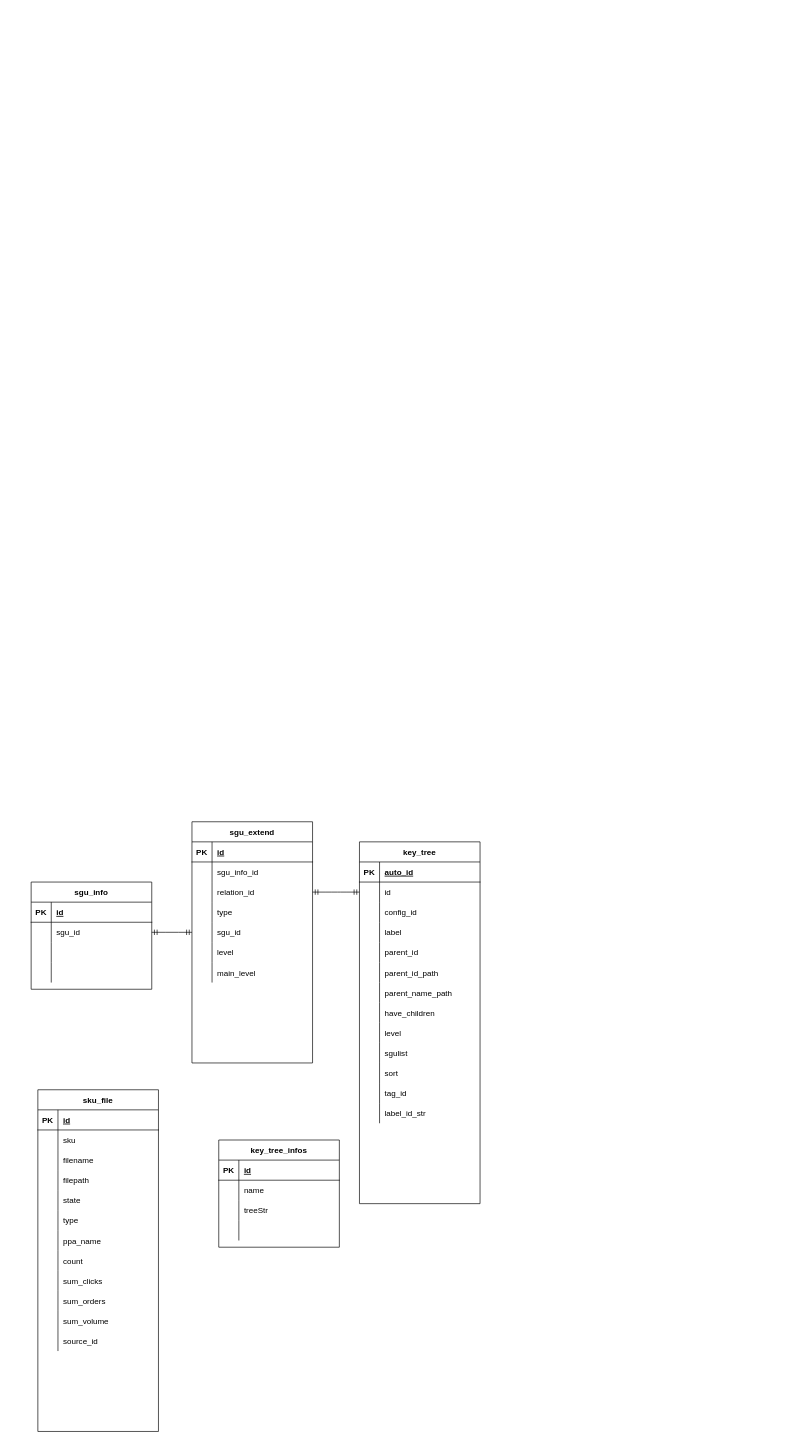
Earlier version of the draw.io diagram db.drawio (lalifeier/diagrams). Source tidied: cells renumbered, new cells numbered last; positions are measured from the earlier drawing's top-left corner, leaving out a move shared by most shapes. Both pictures are drawn from the tidied source at 67%, with x=0, y=0 at pixel (31, 821).
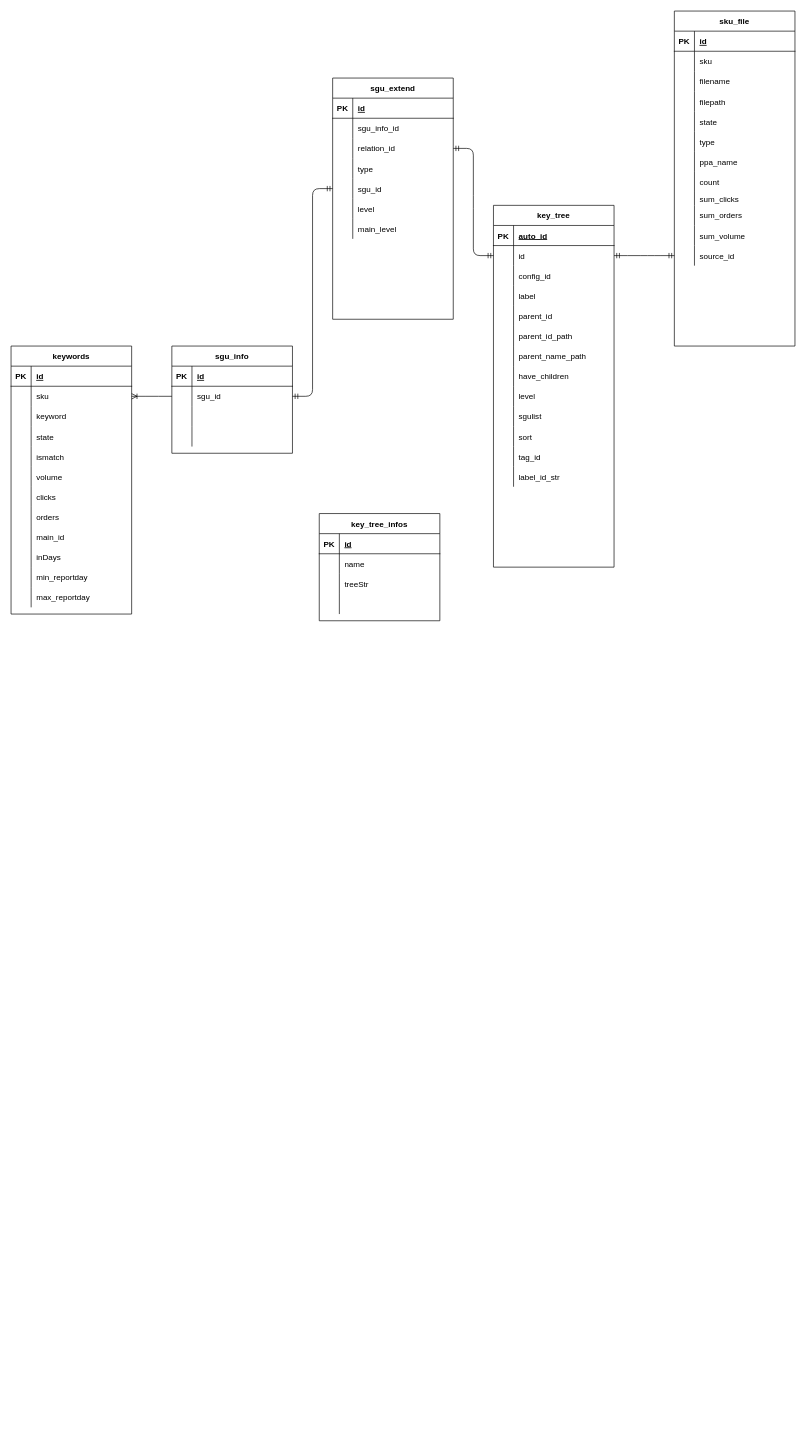
The same diagram, later.

The change refers to these unchanged cells:
```xml
<mxCell id="7" style="shape=partialRectangle;fillColor=none;top=0;left=0;bottom=0;right=0;points=[[0,0.5],[1,0.5]];portConstraint=eastwest;" parent="3" vertex="1">
  <mxGeometry y="60" width="180" height="30" as="geometry" />
</mxCell>
<mxCell id="23" style="shape=partialRectangle;fillColor=none;top=0;left=0;bottom=0;right=0;points=[[0,0.5],[1,0.5]];portConstraint=eastwest;" parent="16" vertex="1">
  <mxGeometry y="90" width="180" height="30" as="geometry" />
</mxCell>
<mxCell id="42" style="shape=partialRectangle;fillColor=none;top=0;left=0;bottom=0;right=0;points=[[0,0.5],[1,0.5]];portConstraint=eastwest;" parent="38" vertex="1">
  <mxGeometry y="60" width="180" height="30" as="geometry" />
</mxCell>
```

Change to the diagram source:
```diff
@@
+    <mxCell id="128" style="edgeStyle=entityRelationEdgeStyle;fontSize=12;html=1;endArrow=ERmandOne;startArrow=ERmandOne;exitX=1;exitY=0.5;exitDx=0;exitDy=0;entryX=0;entryY=0.5;entryDx=0;entryDy=0;" parent="1" edge="1" source="23" target="42">
+      <mxGeometry relative="1" as="geometry" />
+    </mxCell>
+    <mxCell id="129" style="edgeStyle=entityRelationEdgeStyle;fontSize=12;html=1;endArrow=ERmandOne;startArrow=ERmandOne;entryX=0;entryY=0.5;entryDx=0;entryDy=0;exitX=1;exitY=0.5;exitDx=0;exitDy=0;" parent="1" edge="1" source="42" target="125">
+      <mxGeometry relative="1" as="geometry" />
+    </mxCell>
+    <mxCell id="130" style="edgeStyle=entityRelationEdgeStyle;fontSize=12;html=1;endArrow=ERoneToMany;exitX=0;exitY=0.5;exitDx=0;exitDy=0;entryX=1;entryY=0.5;entryDx=0;entryDy=0;" parent="1" edge="1" source="7" target="135">
+      <mxGeometry relative="1" as="geometry" />
+    </mxCell>
+    <mxCell id="131" value="keywords" style="shape=table;startSize=30;childLayout=tableLayout;rowLines=0;fontStyle=1;align=center;" parent="1" vertex="1">
+      <mxGeometry x="-30" y="-710" width="180" height="400" as="geometry" />
+    </mxCell>
+    <mxCell id="132" style="shape=partialRectangle;fillColor=none;top=0;left=0;bottom=1;right=0;" parent="131" vertex="1">
+      <mxGeometry y="30" width="180" height="30" as="geometry" />
+    </mxCell>
+    <mxCell id="133" value="PK" style="shape=partialRectangle;fillColor=none;top=0;left=0;bottom=0;right=0;fontStyle=1;overflow=hidden;" parent="132" vertex="1">
+      <mxGeometry width="30" height="30" as="geometry" />
+    </mxCell>
+    <mxCell id="134" value="id" style="shape=partialRectangle;fillColor=none;top=0;left=0;bottom=0;right=0;align=left;spacingLeft=6;fontStyle=5;overflow=hidden;" parent="132" vertex="1">
+      <mxGeometry x="30" width="150" height="30" as="geometry" />
+    </mxCell>
+    <mxCell id="135" style="shape=partialRectangle;fillColor=none;top=0;left=0;bottom=0;right=0;points=[[0,0.5],[1,0.5]];portConstraint=eastwest;" parent="131" vertex="1">
+      <mxGeometry y="60" width="180" height="30" as="geometry" />
+    </mxCell>
+    <mxCell id="136" style="shape=partialRectangle;fillColor=none;top=0;left=0;bottom=0;right=0;overflow=hidden;" parent="135" vertex="1">
+      <mxGeometry width="30" height="30" as="geometry" />
+    </mxCell>
+    <mxCell id="137" value="sku" style="shape=partialRectangle;fillColor=none;top=0;left=0;bottom=0;right=0;align=left;spacingLeft=6;overflow=hidden;" parent="135" vertex="1">
+      <mxGeometry x="30" width="150" height="30" as="geometry" />
+    </mxCell>
+    <mxCell id="138" style="shape=partialRectangle;fillColor=none;top=0;left=0;bottom=0;right=0;" parent="131" vertex="1">
+      <mxGeometry y="90" width="180" height="30" as="geometry" />
+    </mxCell>
+    <mxCell id="139" style="shape=partialRectangle;fillColor=none;top=0;left=0;bottom=0;right=0;overflow=hidden;" parent="138" vertex="1">
+      <mxGeometry width="30" height="30" as="geometry" />
+    </mxCell>
+    <mxCell id="140" value="keyword" style="shape=partialRectangle;fillColor=none;top=0;left=0;bottom=0;right=0;align=left;spacingLeft=6;overflow=hidden;" parent="138" vertex="1">
+      <mxGeometry x="30" width="150" height="30" as="geometry" />
+    </mxCell>
+    <mxCell id="141" style="shape=partialRectangle;fillColor=none;top=0;left=0;bottom=0;right=0;" parent="131" vertex="1">
+      <mxGeometry y="120" width="180" height="30" as="geometry" />
+    </mxCell>
+    <mxCell id="142" style="shape=partialRectangle;fillColor=none;top=0;left=0;bottom=0;right=0;overflow=hidden;" parent="141" vertex="1">
+      <mxGeometry width="30" height="30" as="geometry" />
+    </mxCell>
+    <mxCell id="143" value="state" style="shape=partialRectangle;fillColor=none;top=0;left=0;bottom=0;right=0;align=left;spacingLeft=6;overflow=hidden;" parent="141" vertex="1">
+      <mxGeometry x="30" width="150" height="30" as="geometry" />
+    </mxCell>
+    <mxCell id="144" style="shape=partialRectangle;fillColor=none;top=0;left=0;bottom=0;right=0;" parent="131" vertex="1">
+      <mxGeometry y="150" width="180" height="30" as="geometry" />
+    </mxCell>
+    <mxCell id="145" style="shape=partialRectangle;fillColor=none;top=0;left=0;bottom=0;right=0;overflow=hidden;" parent="144" vertex="1">
+      <mxGeometry width="30" height="30" as="geometry" />
+    </mxCell>
+    <mxCell id="146" value="ismatch" style="shape=partialRectangle;fillColor=none;top=0;left=0;bottom=0;right=0;align=left;spacingLeft=6;overflow=hidden;" parent="144" vertex="1">
+      <mxGeometry x="30" width="150" height="30" as="geometry" />
+    </mxCell>
+    <mxCell id="147" style="shape=partialRectangle;fillColor=none;top=0;left=0;bottom=0;right=0;" parent="131" vertex="1">
+      <mxGeometry y="180" width="180" height="30" as="geometry" />
+    </mxCell>
+    <mxCell id="148" style="shape=partialRectangle;fillColor=none;top=0;left=0;bottom=0;right=0;overflow=hidden;" parent="147" vertex="1">
+      <mxGeometry width="30" height="30" as="geometry" />
+    </mxCell>
+    <mxCell id="149" value="volume" style="shape=partialRectangle;fillColor=none;top=0;left=0;bottom=0;right=0;align=left;spacingLeft=6;overflow=hidden;" parent="147" vertex="1">
+      <mxGeometry x="30" width="150" height="30" as="geometry" />
+    </mxCell>
+    <mxCell id="150" style="shape=partialRectangle;fillColor=none;top=0;left=0;bottom=0;right=0;" parent="131" vertex="1">
+      <mxGeometry y="210" width="180" height="30" as="geometry" />
+    </mxCell>
+    <mxCell id="151" style="shape=partialRectangle;fillColor=none;top=0;left=0;bottom=0;right=0;overflow=hidden;" parent="150" vertex="1">
+      <mxGeometry width="30" height="30" as="geometry" />
+    </mxCell>
+    <mxCell id="152" value="clicks" style="shape=partialRectangle;fillColor=none;top=0;left=0;bottom=0;right=0;align=left;spacingLeft=6;overflow=hidden;" parent="150" vertex="1">
+      <mxGeometry x="30" width="150" height="30" as="geometry" />
+    </mxCell>
+    <mxCell id="153" style="shape=partialRectangle;fillColor=none;top=0;left=0;bottom=0;right=0;" parent="131" vertex="1">
+      <mxGeometry y="240" width="180" height="30" as="geometry" />
+    </mxCell>
+    <mxCell id="154" style="shape=partialRectangle;fillColor=none;top=0;left=0;bottom=0;right=0;overflow=hidden;" parent="153" vertex="1">
+      <mxGeometry width="30" height="30" as="geometry" />
+    </mxCell>
+    <mxCell id="155" value="orders" style="shape=partialRectangle;fillColor=none;top=0;left=0;bottom=0;right=0;align=left;spacingLeft=6;overflow=hidden;" parent="153" vertex="1">
+      <mxGeometry x="30" width="150" height="30" as="geometry" />
+    </mxCell>
+    <mxCell id="156" style="shape=partialRectangle;fillColor=none;top=0;left=0;bottom=0;right=0;" parent="131" vertex="1">
+      <mxGeometry y="270" width="180" height="30" as="geometry" />
+    </mxCell>
+    <mxCell id="157" style="shape=partialRectangle;fillColor=none;top=0;left=0;bottom=0;right=0;overflow=hidden;" parent="156" vertex="1">
+      <mxGeometry width="30" height="30" as="geometry" />
+    </mxCell>
+    <mxCell id="158" value="main_id" style="shape=partialRectangle;fillColor=none;top=0;left=0;bottom=0;right=0;align=left;spacingLeft=6;overflow=hidden;" parent="156" vertex="1">
+      <mxGeometry x="30" width="150" height="30" as="geometry" />
+    </mxCell>
+    <mxCell id="159" style="shape=partialRectangle;fillColor=none;top=0;left=0;bottom=0;right=0;" parent="131" vertex="1">
+      <mxGeometry y="300" width="180" height="30" as="geometry" />
+    </mxCell>
+    <mxCell id="160" style="shape=partialRectangle;fillColor=none;top=0;left=0;bottom=0;right=0;overflow=hidden;" parent="159" vertex="1">
+      <mxGeometry width="30" height="30" as="geometry" />
+    </mxCell>
+    <mxCell id="161" value="inDays" style="shape=partialRectangle;fillColor=none;top=0;left=0;bottom=0;right=0;align=left;spacingLeft=6;overflow=hidden;" parent="159" vertex="1">
+      <mxGeometry x="30" width="150" height="30" as="geometry" />
+    </mxCell>
+    <mxCell id="162" style="shape=partialRectangle;fillColor=none;top=0;left=0;bottom=0;right=0;" parent="131" vertex="1">
+      <mxGeometry y="330" width="180" height="30" as="geometry" />
+    </mxCell>
+    <mxCell id="163" style="shape=partialRectangle;fillColor=none;top=0;left=0;bottom=0;right=0;overflow=hidden;" parent="162" vertex="1">
+      <mxGeometry width="30" height="30" as="geometry" />
+    </mxCell>
+    <mxCell id="164" value="min_reportday" style="shape=partialRectangle;fillColor=none;top=0;left=0;bottom=0;right=0;align=left;spacingLeft=6;overflow=hidden;" parent="162" vertex="1">
+      <mxGeometry x="30" width="150" height="30" as="geometry" />
+    </mxCell>
+    <mxCell id="165" style="shape=partialRectangle;fillColor=none;top=0;left=0;bottom=0;right=0;" parent="131" vertex="1">
+      <mxGeometry y="360" width="180" height="30" as="geometry" />
+    </mxCell>
+    <mxCell id="166" style="shape=partialRectangle;fillColor=none;top=0;left=0;bottom=0;right=0;overflow=hidden;" parent="165" vertex="1">
+      <mxGeometry width="30" height="30" as="geometry" />
+    </mxCell>
+    <mxCell id="167" value="max_reportday" style="shape=partialRectangle;fillColor=none;top=0;left=0;bottom=0;right=0;align=left;spacingLeft=6;overflow=hidden;" parent="165" vertex="1">
+      <mxGeometry x="30" width="150" height="30" as="geometry" />
+    </mxCell>
+    <mxCell id="78" value="key_tree_infos" style="shape=table;startSize=30;childLayout=tableLayout;rowLines=0;fontStyle=1;align=center;fillColor=none;" parent="1" vertex="1">
+      <mxGeometry x="430" y="-460" width="180" height="160" as="geometry" />
+    </mxCell>
+    <mxCell id="79" style="shape=partialRectangle;fillColor=none;top=0;left=0;bottom=1;right=0;" parent="78" vertex="1">
+      <mxGeometry y="30" width="180" height="30" as="geometry" />
+    </mxCell>
+    <mxCell id="80" value="PK" style="shape=partialRectangle;fillColor=none;top=0;left=0;bottom=0;right=0;fontStyle=1;overflow=hidden;" parent="79" vertex="1">
+      <mxGeometry width="30" height="30" as="geometry" />
+    </mxCell>
+    <mxCell id="81" value="id" style="shape=partialRectangle;fillColor=none;top=0;left=0;bottom=0;right=0;align=left;spacingLeft=6;fontStyle=5;overflow=hidden;" parent="79" vertex="1">
+      <mxGeometry x="30" width="150" height="30" as="geometry" />
+    </mxCell>
+    <mxCell id="82" style="shape=partialRectangle;fillColor=none;top=0;left=0;bottom=0;right=0;" parent="78" vertex="1">
+      <mxGeometry y="60" width="180" height="30" as="geometry" />
+    </mxCell>
+    <mxCell id="83" style="shape=partialRectangle;fillColor=none;top=0;left=0;bottom=0;right=0;overflow=hidden;" parent="82" vertex="1">
+      <mxGeometry width="30" height="30" as="geometry" />
+    </mxCell>
+    <mxCell id="84" value="name" style="shape=partialRectangle;fillColor=none;top=0;left=0;bottom=0;right=0;align=left;spacingLeft=6;overflow=hidden;" parent="82" vertex="1">
+      <mxGeometry x="30" width="150" height="30" as="geometry" />
+    </mxCell>
+    <mxCell id="85" style="shape=partialRectangle;fillColor=none;top=0;left=0;bottom=0;right=0;" parent="78" vertex="1">
+      <mxGeometry y="90" width="180" height="30" as="geometry" />
+    </mxCell>
+    <mxCell id="86" style="shape=partialRectangle;fillColor=none;top=0;left=0;bottom=0;right=0;overflow=hidden;" parent="85" vertex="1">
+      <mxGeometry width="30" height="30" as="geometry" />
+    </mxCell>
+    <mxCell id="87" value="treeStr" style="shape=partialRectangle;fillColor=none;top=0;left=0;bottom=0;right=0;align=left;spacingLeft=6;overflow=hidden;" parent="85" vertex="1">
+      <mxGeometry x="30" width="150" height="30" as="geometry" />
+    </mxCell>
+    <mxCell id="88" style="shape=partialRectangle;fillColor=none;top=0;left=0;bottom=0;right=0;" parent="78" vertex="1">
+      <mxGeometry y="120" width="180" height="30" as="geometry" />
+    </mxCell>
+    <mxCell id="89" style="shape=partialRectangle;fillColor=none;top=0;left=0;bottom=0;right=0;overflow=hidden;" parent="88" vertex="1">
+      <mxGeometry width="30" height="30" as="geometry" />
+    </mxCell>
+    <mxCell id="90" style="shape=partialRectangle;fillColor=none;top=0;left=0;bottom=0;right=0;align=left;spacingLeft=6;overflow=hidden;" parent="88" vertex="1">
+      <mxGeometry x="30" width="150" height="30" as="geometry" />
+    </mxCell>
     <mxCell id="3" value="sgu_info" style="shape=table;startSize=30;childLayout=tableLayout;rowLines=0;fontStyle=1;align=center;" parent="1" vertex="1">
-      <mxGeometry y="90" width="180" height="160" as="geometry" />
+      <mxGeometry x="210" y="-710" width="180" height="160" as="geometry" />
     </mxCell>
@@
     <mxCell id="16" value="sgu_extend" style="shape=table;startSize=30;childLayout=tableLayout;rowLines=0;fontStyle=1;align=center;fillColor=none;" parent="1" vertex="1">
-      <mxGeometry x="240" width="180" height="360" as="geometry" />
+      <mxGeometry x="450" y="-1110" width="180" height="360" as="geometry" />
     </mxCell>
@@
     <mxCell id="38" value="key_tree" style="shape=table;startSize=30;childLayout=tableLayout;rowLines=0;fontStyle=1;align=center;fillColor=none;" parent="1" vertex="1">
-      <mxGeometry x="490" y="30" width="180" height="540" as="geometry" />
+      <mxGeometry x="690" y="-920" width="180" height="540" as="geometry" />
     </mxCell>
@@
-    <mxCell id="78" value="key_tree_infos" style="shape=table;startSize=30;childLayout=tableLayout;rowLines=0;fontStyle=1;align=center;fillColor=none;" parent="1" vertex="1">
-      <mxGeometry x="280" y="475" width="180" height="160" as="geometry" />
-    </mxCell>
-    <mxCell id="79" style="shape=partialRectangle;fillColor=none;top=0;left=0;bottom=1;right=0;" parent="78" vertex="1">
-      <mxGeometry y="30" width="180" height="30" as="geometry" />
-    </mxCell>
-    <mxCell id="80" value="PK" style="shape=partialRectangle;fillColor=none;top=0;left=0;bottom=0;right=0;fontStyle=1;overflow=hidden;" parent="79" vertex="1">
-      <mxGeometry width="30" height="30" as="geometry" />
-    </mxCell>
-    <mxCell id="81" value="id" style="shape=partialRectangle;fillColor=none;top=0;left=0;bottom=0;right=0;align=left;spacingLeft=6;fontStyle=5;overflow=hidden;" parent="79" vertex="1">
-      <mxGeometry x="30" width="150" height="30" as="geometry" />
-    </mxCell>
-    <mxCell id="82" style="shape=partialRectangle;fillColor=none;top=0;left=0;bottom=0;right=0;" parent="78" vertex="1">
-      <mxGeometry y="60" width="180" height="30" as="geometry" />
-    </mxCell>
-    <mxCell id="83" style="shape=partialRectangle;fillColor=none;top=0;left=0;bottom=0;right=0;overflow=hidden;" parent="82" vertex="1">
-      <mxGeometry width="30" height="30" as="geometry" />
-    </mxCell>
-    <mxCell id="84" value="name" style="shape=partialRectangle;fillColor=none;top=0;left=0;bottom=0;right=0;align=left;spacingLeft=6;overflow=hidden;" parent="82" vertex="1">
-      <mxGeometry x="30" width="150" height="30" as="geometry" />
-    </mxCell>
-    <mxCell id="85" style="shape=partialRectangle;fillColor=none;top=0;left=0;bottom=0;right=0;" parent="78" vertex="1">
-      <mxGeometry y="90" width="180" height="30" as="geometry" />
-    </mxCell>
-    <mxCell id="86" style="shape=partialRectangle;fillColor=none;top=0;left=0;bottom=0;right=0;overflow=hidden;" parent="85" vertex="1">
-      <mxGeometry width="30" height="30" as="geometry" />
-    </mxCell>
-    <mxCell id="87" value="treeStr" style="shape=partialRectangle;fillColor=none;top=0;left=0;bottom=0;right=0;align=left;spacingLeft=6;overflow=hidden;" parent="85" vertex="1">
-      <mxGeometry x="30" width="150" height="30" as="geometry" />
-    </mxCell>
-    <mxCell id="88" style="shape=partialRectangle;fillColor=none;top=0;left=0;bottom=0;right=0;" parent="78" vertex="1">
-      <mxGeometry y="120" width="180" height="30" as="geometry" />
-    </mxCell>
-    <mxCell id="89" style="shape=partialRectangle;fillColor=none;top=0;left=0;bottom=0;right=0;overflow=hidden;" parent="88" vertex="1">
-      <mxGeometry width="30" height="30" as="geometry" />
-    </mxCell>
-    <mxCell id="90" style="shape=partialRectangle;fillColor=none;top=0;left=0;bottom=0;right=0;align=left;spacingLeft=6;overflow=hidden;" parent="88" vertex="1">
-      <mxGeometry x="30" width="150" height="30" as="geometry" />
-    </mxCell>
     <mxCell id="91" value="sku_file" style="shape=table;startSize=30;childLayout=tableLayout;rowLines=0;fontStyle=1;align=center;fillColor=none;" parent="1" vertex="1">
-      <mxGeometry x="10" y="400" width="180" height="510" as="geometry" />
+      <mxGeometry x="960" y="-1210" width="180" height="500" as="geometry" />
     </mxCell>
@@
     <mxCell id="116" style="shape=partialRectangle;fillColor=none;top=0;left=0;bottom=0;right=0;" parent="91" vertex="1">
-      <mxGeometry y="270" width="180" height="30" as="geometry" />
+      <mxGeometry y="270" width="180" height="20" as="geometry" />
     </mxCell>
     <mxCell id="117" style="shape=partialRectangle;fillColor=none;top=0;left=0;bottom=0;right=0;overflow=hidden;" parent="116" vertex="1">
-      <mxGeometry width="30" height="30" as="geometry" />
+      <mxGeometry width="30" height="20" as="geometry" />
     </mxCell>
     <mxCell id="118" value="sum_clicks" style="shape=partialRectangle;fillColor=none;top=0;left=0;bottom=0;right=0;align=left;spacingLeft=6;overflow=hidden;" parent="116" vertex="1">
-      <mxGeometry x="30" width="150" height="30" as="geometry" />
+      <mxGeometry x="30" width="150" height="20" as="geometry" />
     </mxCell>
     <mxCell id="119" style="shape=partialRectangle;fillColor=none;top=0;left=0;bottom=0;right=0;" parent="91" vertex="1">
-      <mxGeometry y="300" width="180" height="30" as="geometry" />
+      <mxGeometry y="290" width="180" height="30" as="geometry" />
     </mxCell>
@@
     <mxCell id="122" style="shape=partialRectangle;fillColor=none;top=0;left=0;bottom=0;right=0;" parent="91" vertex="1">
-      <mxGeometry y="330" width="180" height="30" as="geometry" />
+      <mxGeometry y="320" width="180" height="30" as="geometry" />
     </mxCell>
@@
     <mxCell id="125" style="shape=partialRectangle;fillColor=none;top=0;left=0;bottom=0;right=0;points=[[0,0.5],[1,0.5]];portConstraint=eastwest;" parent="91" vertex="1">
-      <mxGeometry y="360" width="180" height="30" as="geometry" />
+      <mxGeometry y="350" width="180" height="30" as="geometry" />
     </mxCell>
@@
-    <mxCell id="128" style="edgeStyle=entityRelationEdgeStyle;fontSize=12;html=1;endArrow=ERmandOne;startArrow=ERmandOne;exitX=1;exitY=0.5;exitDx=0;exitDy=0;entryX=0;entryY=0.5;entryDx=0;entryDy=0;" parent="1" edge="1" source="23" target="42">
-      <mxGeometry relative="1" as="geometry" />
-    </mxCell>
```
